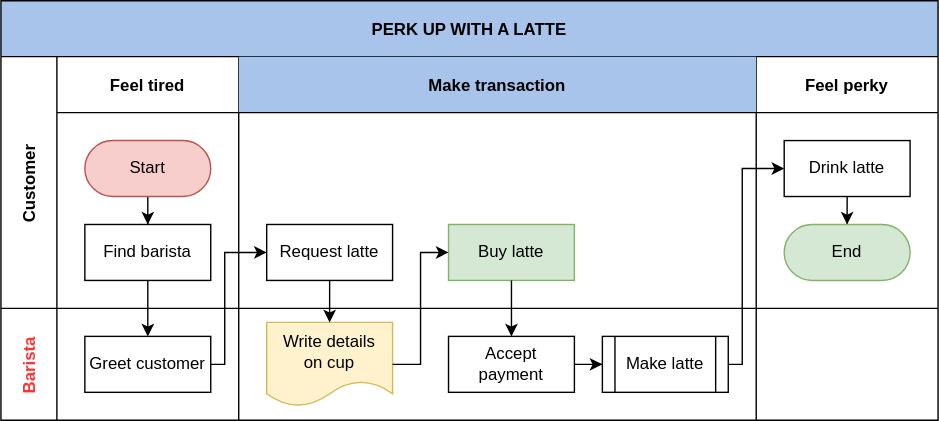
Before: Wikitest.drawio.svg, a diagram exported from draw.io (ASparwasser/WikiTest). Source tidied: cells renumbered, new cells last; positions are measured from the earlier drawing's top-left corner, leaving out a move shared by most shapes.
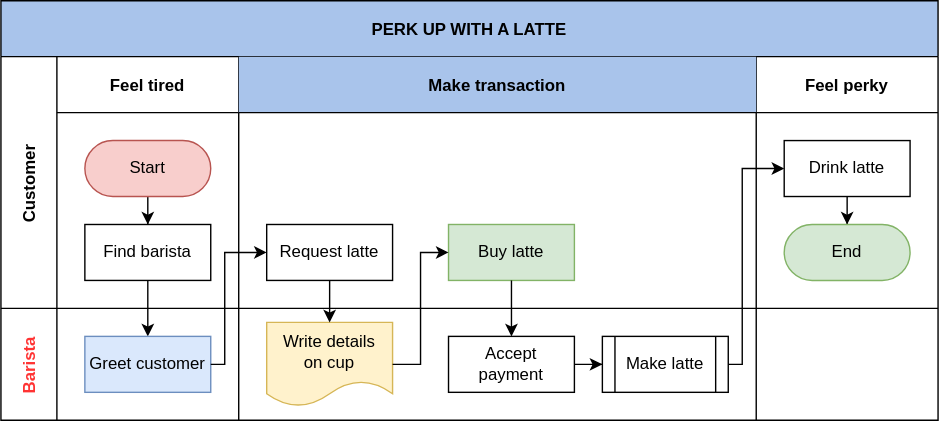
Above is the later version.

What changed in the source:
```diff
@@ -50,7 +50,7 @@
     <mxCell id="17" style="swimlane;swimlaneHead=0;swimlaneBody=0;fillColor=none;startSize=0;fontStyle=1;" parent="16" vertex="1">
       <mxGeometry x="40" width="130" height="80" as="geometry" />
     </mxCell>
-    <mxCell id="18" value="Greet customer" style="rounded=0;whiteSpace=wrap;html=1;" parent="17" vertex="1">
+    <mxCell id="18" value="Greet customer" style="rounded=0;whiteSpace=wrap;html=1;fillColor=#dae8fc;strokeColor=#6c8ebf;" parent="17" vertex="1">
       <mxGeometry x="20" y="20" width="90" height="40" as="geometry" />
     </mxCell>
     <mxCell id="19" style="swimlane;swimlaneHead=0;swimlaneBody=0;fillColor=none;startSize=0;fontStyle=1;" parent="16" vertex="1">
```
